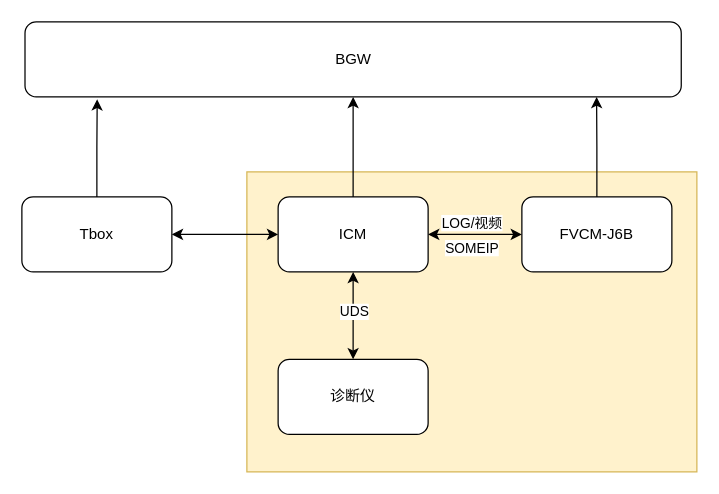
This is page "Page-3" (3 of 3) of HJtodolist.drawio from YuzhouYe/peb, a draw.io file, before an edit. Source tidied: cells renumbered, new cells numbered last; positions are measured from the earlier drawing's top-left corner, leaving out a move shared by most shapes. Both pictures are drawn from the tidied source at 125%, with x=0, y=0 at pixel (21, 21).
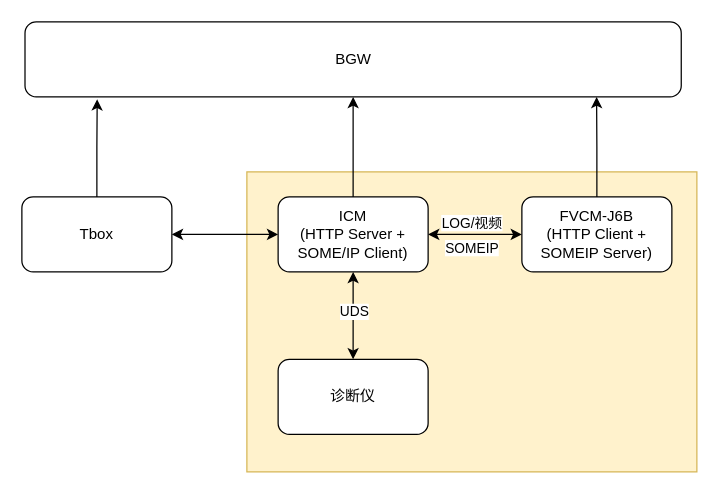
Above is the later version.

Diff of the diagram source:
```diff
@@
 <mxGraphModel>
   <root>
     <mxCell id="0" />
     <mxCell id="1" parent="0" />
     <mxCell id="2" style="rounded=0;whiteSpace=wrap;html=1;fillColor=#fff2cc;strokeColor=#d6b656;" parent="1" vertex="1">
       <mxGeometry x="180" y="120" width="360" height="240" as="geometry" />
     </mxCell>
-    <mxCell id="3" value="FVCM-J6B" style="rounded=1;whiteSpace=wrap;html=1;" parent="1" vertex="1">
+    <mxCell id="3" value="FVCM-J6B&lt;div&gt;(HTTP Client + SOMEIP Server)&lt;/div&gt;" style="rounded=1;whiteSpace=wrap;html=1;" parent="1" vertex="1">
       <mxGeometry x="400" y="140" width="120" height="60" as="geometry" />
     </mxCell>
     <mxCell id="4" style="edgeStyle=orthogonalEdgeStyle;rounded=0;jettySize=auto;html=1;exitX=0.5;exitY=0;exitDx=0;exitDy=0;entryX=0.5;entryY=1;entryDx=0;entryDy=0;" parent="1" edge="1" source="5" target="14">
       <mxGeometry relative="1" as="geometry" />
     </mxCell>
-    <mxCell id="5" value="ICM" style="rounded=1;whiteSpace=wrap;html=1;" parent="1" vertex="1">
+    <mxCell id="5" value="ICM&lt;div&gt;(HTTP Server + SOME/IP Client)&lt;/div&gt;" style="rounded=1;whiteSpace=wrap;html=1;" parent="1" vertex="1">
       <mxGeometry x="205" y="140" width="120" height="60" as="geometry" />
     </mxCell>
     <mxCell id="6" style="endArrow=classic;startArrow=classic;html=1;rounded=0;entryX=0;entryY=0.5;entryDx=0;entryDy=0;exitX=1;exitY=0.5;exitDx=0;exitDy=0;" parent="1" edge="1" source="5" target="3">
       <mxGeometry relative="1" as="geometry" />
     </mxCell>
     <mxCell id="7" value="SOMEIP" style="edgeLabel;html=1;align=center;verticalAlign=middle;" parent="6" vertex="1">
       <mxGeometry x="-0.1" y="-3" relative="1" as="geometry">
         <mxPoint y="7" as="offset" />
       </mxGeometry>
     </mxCell>
     <mxCell id="8" value="LOG/视频" style="edgeLabel;html=1;align=center;verticalAlign=middle;" parent="6" vertex="1">
       <mxGeometry x="-0.09" y="4" relative="1" as="geometry">
         <mxPoint y="-6" as="offset" />
       </mxGeometry>
     </mxCell>
     <mxCell id="9" value="Tbox" style="rounded=1;whiteSpace=wrap;html=1;" parent="1" vertex="1">
       <mxGeometry y="140" width="120" height="60" as="geometry" />
     </mxCell>
     <mxCell id="10" style="endArrow=classic;startArrow=classic;html=1;rounded=0;exitX=1;exitY=0.5;exitDx=0;exitDy=0;entryX=0;entryY=0.5;entryDx=0;entryDy=0;" parent="1" edge="1" source="9" target="5">
       <mxGeometry relative="1" as="geometry" />
     </mxCell>
     <mxCell id="11" value="诊断仪" style="rounded=1;whiteSpace=wrap;html=1;" parent="1" vertex="1">
       <mxGeometry x="205" y="270" width="120" height="60" as="geometry" />
     </mxCell>
     <mxCell id="12" style="endArrow=classic;startArrow=classic;html=1;rounded=0;entryX=0.5;entryY=1;entryDx=0;entryDy=0;exitX=0.5;exitY=0;exitDx=0;exitDy=0;" parent="1" edge="1" source="11" target="5">
       <mxGeometry relative="1" as="geometry" />
     </mxCell>
     <mxCell id="13" value="UDS" style="edgeLabel;html=1;align=center;verticalAlign=middle;" parent="12" vertex="1">
       <mxGeometry x="0.11" relative="1" as="geometry" />
     </mxCell>
     <mxCell id="14" value="BGW" style="rounded=1;whiteSpace=wrap;html=1;" parent="1" vertex="1">
       <mxGeometry x="2.5" width="525" height="60" as="geometry" />
     </mxCell>
     <mxCell id="15" style="edgeStyle=orthogonalEdgeStyle;rounded=0;jettySize=auto;html=1;exitX=0.5;exitY=0;exitDx=0;exitDy=0;entryX=0.11;entryY=1.033;entryDx=0;entryDy=0;entryPerimeter=0;" parent="1" edge="1" source="9" target="14">
       <mxGeometry relative="1" as="geometry" />
     </mxCell>
     <mxCell id="16" style="edgeStyle=orthogonalEdgeStyle;rounded=0;jettySize=auto;html=1;exitX=0.5;exitY=0;exitDx=0;exitDy=0;entryX=0.871;entryY=1;entryDx=0;entryDy=0;entryPerimeter=0;" parent="1" edge="1" source="3" target="14">
       <mxGeometry relative="1" as="geometry" />
     </mxCell>
   </root>
 </mxGraphModel>
```
